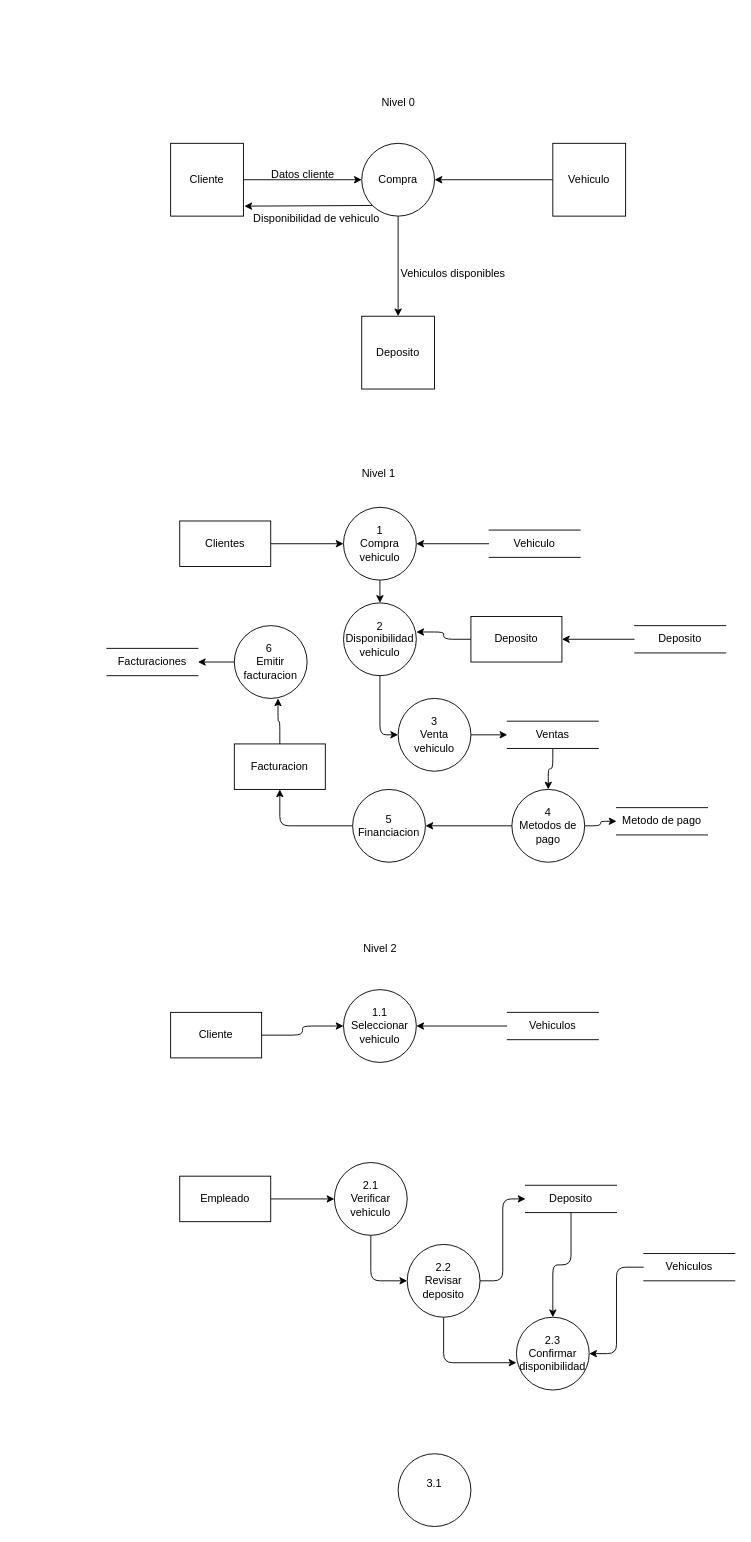
Before: DFD.drawio in FerLalle/PremiumQuality_AnalisisSistemas, a draw.io diagram. Source tidied: cells renumbered, new cells numbered last; positions are measured from the earlier drawing's top-left corner, leaving out a move shared by most shapes. Both pictures are drawn from the tidied source at 91%, with x=0, y=0 at pixel (106, 88).
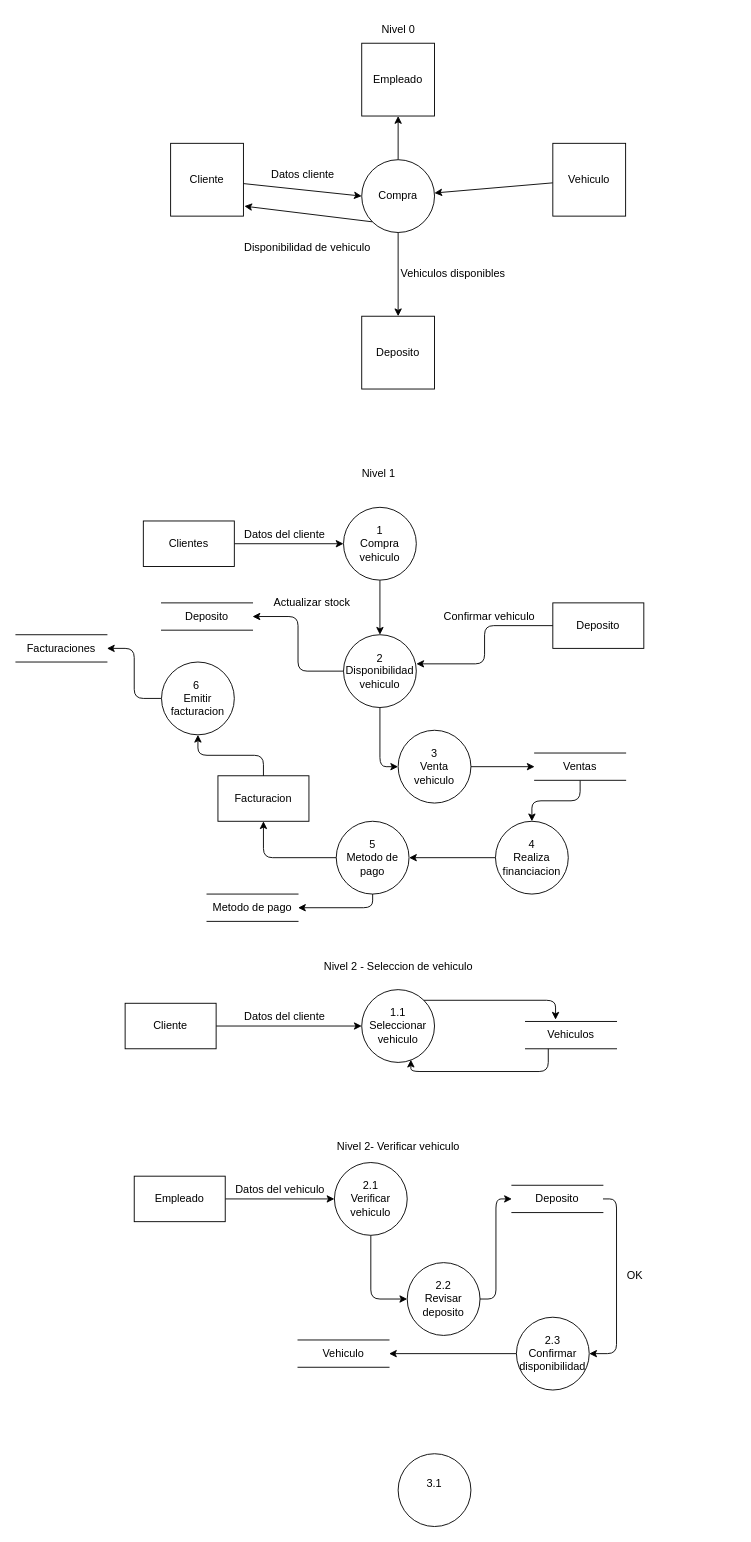
The same diagram, later.

The change refers to these unchanged cells:
```xml
<mxCell id="27" value="1&lt;div&gt;Compra vehiculo&lt;/div&gt;" style="ellipse;whiteSpace=wrap;html=1;" parent="1" vertex="1">
  <mxGeometry x="260" y="460" width="80" height="80" as="geometry" />
</mxCell>
<mxCell id="52" value="2.3&lt;div&gt;Confirmar disponibilidad&lt;/div&gt;" style="ellipse;whiteSpace=wrap;html=1;" parent="1" vertex="1">
  <mxGeometry x="450" y="1350" width="80" height="80" as="geometry" />
</mxCell>
```

The edit, as a diff of the source:
```diff
@@
+    <mxCell id="61" style="edgeStyle=none;html=1;entryX=0.5;entryY=1;entryDx=0;entryDy=0;" parent="1" edge="1" source="3" target="67">
+      <mxGeometry relative="1" as="geometry" />
+    </mxCell>
     <mxCell id="3" value="Compra" style="ellipse;whiteSpace=wrap;html=1;" parent="1" vertex="1">
-      <mxGeometry x="280" y="60" width="80" height="80" as="geometry" />
+      <mxGeometry x="280" y="78" width="80" height="80" as="geometry" />
     </mxCell>
@@
     <mxCell id="11" value="Disponibilidad de vehiculo" style="text;html=1;align=center;verticalAlign=middle;strokeColor=none;fillColor=none;" parent="1" vertex="1">
-      <mxGeometry x="150" y="128" width="160" height="30" as="geometry" />
+      <mxGeometry x="140" y="160" width="160" height="30" as="geometry" />
     </mxCell>
@@
     <mxCell id="13" value="Nivel 0" style="text;html=1;align=center;verticalAlign=middle;strokeColor=none;fillColor=none;" parent="1" vertex="1">
-      <mxGeometry x="290" width="60" height="30" as="geometry" />
+      <mxGeometry x="290" y="-80" width="60" height="30" as="geometry" />
     </mxCell>
@@
     <mxCell id="16" value="6&amp;nbsp;&lt;div&gt;Emitir facturacion&lt;/div&gt;" style="ellipse;whiteSpace=wrap;html=1;" parent="1" vertex="1">
-      <mxGeometry x="140" y="590" width="80" height="80" as="geometry" />
+      <mxGeometry x="60" y="630" width="80" height="80" as="geometry" />
     </mxCell>
@@
+    <mxCell id="62" style="edgeStyle=orthogonalEdgeStyle;html=1;entryX=1;entryY=0.5;entryDx=0;entryDy=0;" parent="1" edge="1" source="18" target="36">
+      <mxGeometry relative="1" as="geometry">
+        <Array as="points">
+          <mxPoint x="292" y="900" />
+        </Array>
+      </mxGeometry>
+    </mxCell>
-    <mxCell id="18" value="5&lt;div&gt;Financiacion&lt;/div&gt;" style="ellipse;whiteSpace=wrap;html=1;" parent="1" vertex="1">
-      <mxGeometry x="270" y="770" width="80" height="80" as="geometry" />
+    <mxCell id="18" value="5&lt;div&gt;&lt;font color=&quot;#000000&quot;&gt;Metodo de pago&lt;/font&gt;&lt;/div&gt;" style="ellipse;whiteSpace=wrap;html=1;" parent="1" vertex="1">
+      <mxGeometry x="252" y="805" width="80" height="80" as="geometry" />
     </mxCell>
@@
-    <mxCell id="20" style="edgeStyle=orthogonalEdgeStyle;html=1;entryX=0;entryY=0.5;entryDx=0;entryDy=0;" parent="1" edge="1" source="21" target="36">
-      <mxGeometry relative="1" as="geometry" />
-    </mxCell>
-    <mxCell id="21" value="4&lt;div&gt;Metodos de pago&lt;/div&gt;" style="ellipse;whiteSpace=wrap;html=1;" parent="1" vertex="1">
-      <mxGeometry x="445" y="770" width="80" height="80" as="geometry" />
+    <mxCell id="21" value="4&lt;div&gt;Realiza financiacion&lt;/div&gt;" style="ellipse;whiteSpace=wrap;html=1;" parent="1" vertex="1">
+      <mxGeometry x="427" y="805" width="80" height="80" as="geometry" />
     </mxCell>
@@
     <mxCell id="23" value="3&lt;div&gt;Venta vehiculo&lt;/div&gt;" style="ellipse;whiteSpace=wrap;html=1;" parent="1" vertex="1">
-      <mxGeometry x="320" y="670" width="80" height="80" as="geometry" />
+      <mxGeometry x="320" y="705" width="80" height="80" as="geometry" />
     </mxCell>
+    <mxCell id="63" style="edgeStyle=orthogonalEdgeStyle;html=1;entryX=1;entryY=0.5;entryDx=0;entryDy=0;" parent="1" edge="1" source="25" target="33">
+      <mxGeometry relative="1" as="geometry" />
+    </mxCell>
-    <mxCell id="24" style="edgeStyle=orthogonalEdgeStyle;html=1;" parent="1" edge="1" source="25" target="23">
-      <mxGeometry relative="1" as="geometry">
-        <Array as="points">
-          <mxPoint x="300" y="710" />
-          <mxPoint x="390" y="710" />
-        </Array>
-      </mxGeometry>
+    <mxCell id="24" style="edgeStyle=orthogonalEdgeStyle;html=1;entryX=0;entryY=0.5;entryDx=0;entryDy=0;" parent="1" edge="1" source="25" target="23">
+      <mxGeometry relative="1" as="geometry" />
     </mxCell>
     <mxCell id="25" value="2&lt;div&gt;Disponibilidad vehiculo&lt;/div&gt;" style="ellipse;whiteSpace=wrap;html=1;" parent="1" vertex="1">
-      <mxGeometry x="260" y="565" width="80" height="80" as="geometry" />
+      <mxGeometry x="260" y="600" width="80" height="80" as="geometry" />
     </mxCell>
@@
-    <mxCell id="28" style="edgeStyle=none;html=1;entryX=1;entryY=0.5;entryDx=0;entryDy=0;" parent="1" edge="1" source="29" target="27">
-      <mxGeometry relative="1" as="geometry" />
-    </mxCell>
-    <mxCell id="29" value="Vehiculo" style="html=1;dashed=0;whiteSpace=wrap;shape=partialRectangle;right=0;left=0;" parent="1" vertex="1">
-      <mxGeometry x="420" y="485" width="100" height="30" as="geometry" />
-    </mxCell>
     <mxCell id="30" value="Deposito" style="html=1;dashed=0;whiteSpace=wrap;" parent="1" vertex="1">
-      <mxGeometry x="400" y="580" width="100" height="50" as="geometry" />
+      <mxGeometry x="490" y="565" width="100" height="50" as="geometry" />
     </mxCell>
@@
-    <mxCell id="32" style="edgeStyle=none;html=1;entryX=1;entryY=0.5;entryDx=0;entryDy=0;" parent="1" edge="1" source="33" target="30">
-      <mxGeometry relative="1" as="geometry" />
-    </mxCell>
-    <mxCell id="33" value="Deposito" style="html=1;dashed=0;whiteSpace=wrap;shape=partialRectangle;right=0;left=0;" parent="1" vertex="1">
-      <mxGeometry x="580" y="590" width="100" height="30" as="geometry" />
-    </mxCell>
@@
     <mxCell id="35" value="Ventas" style="html=1;dashed=0;whiteSpace=wrap;shape=partialRectangle;right=0;left=0;" parent="1" vertex="1">
-      <mxGeometry x="440" y="695" width="100" height="30" as="geometry" />
+      <mxGeometry x="470" y="730" width="100" height="30" as="geometry" />
     </mxCell>
     <mxCell id="36" value="Metodo de pago" style="html=1;dashed=0;whiteSpace=wrap;shape=partialRectangle;right=0;left=0;" parent="1" vertex="1">
-      <mxGeometry x="560" y="790" width="100" height="30" as="geometry" />
+      <mxGeometry x="110" y="885" width="100" height="30" as="geometry" />
     </mxCell>
     <mxCell id="37" value="Facturacion" style="html=1;dashed=0;whiteSpace=wrap;" parent="1" vertex="1">
-      <mxGeometry x="140" y="720" width="100" height="50" as="geometry" />
+      <mxGeometry x="122" y="755" width="100" height="50" as="geometry" />
     </mxCell>
-    <mxCell id="38" style="edgeStyle=orthogonalEdgeStyle;html=1;entryX=0.6;entryY=1;entryDx=0;entryDy=0;entryPerimeter=0;" parent="1" edge="1" source="37" target="16">
+    <mxCell id="38" style="edgeStyle=orthogonalEdgeStyle;html=1;entryX=0.5;entryY=1;entryDx=0;entryDy=0;" parent="1" edge="1" source="37" target="16">
       <mxGeometry relative="1" as="geometry" />
     </mxCell>
     <mxCell id="39" value="Facturaciones" style="html=1;dashed=0;whiteSpace=wrap;shape=partialRectangle;right=0;left=0;" parent="1" vertex="1">
-      <mxGeometry y="615" width="100" height="30" as="geometry" />
+      <mxGeometry x="-100" y="600" width="100" height="30" as="geometry" />
     </mxCell>
@@
     <mxCell id="41" value="Clientes" style="html=1;dashed=0;whiteSpace=wrap;" parent="1" vertex="1">
-      <mxGeometry x="80" y="475" width="100" height="50" as="geometry" />
+      <mxGeometry x="40" y="475" width="100" height="50" as="geometry" />
     </mxCell>
-    <mxCell id="42" value="Nivel 2" style="text;html=1;align=center;verticalAlign=middle;strokeColor=none;fillColor=none;" parent="1" vertex="1">
-      <mxGeometry x="270" y="930" width="60" height="30" as="geometry" />
+    <mxCell id="42" value="Nivel 2 - Seleccion de vehiculo" style="text;html=1;align=center;verticalAlign=middle;strokeColor=none;fillColor=none;" parent="1" vertex="1">
+      <mxGeometry x="225" y="950" width="190" height="30" as="geometry" />
     </mxCell>
@@
     <mxCell id="44" value="Cliente" style="html=1;dashed=0;whiteSpace=wrap;" parent="1" vertex="1">
-      <mxGeometry x="70" y="1015" width="100" height="50" as="geometry" />
+      <mxGeometry x="20" y="1005" width="100" height="50" as="geometry" />
     </mxCell>
     <mxCell id="45" value="1.1&lt;div&gt;Seleccionar vehiculo&lt;/div&gt;" style="ellipse;whiteSpace=wrap;html=1;" parent="1" vertex="1">
-      <mxGeometry x="260" y="990" width="80" height="80" as="geometry" />
+      <mxGeometry x="280" y="990" width="80" height="80" as="geometry" />
     </mxCell>
-    <mxCell id="46" style="edgeStyle=orthogonalEdgeStyle;html=1;entryX=1;entryY=0.5;entryDx=0;entryDy=0;" parent="1" edge="1" source="47" target="45">
-      <mxGeometry relative="1" as="geometry" />
-    </mxCell>
-    <mxCell id="47" value="Vehiculos" style="html=1;dashed=0;whiteSpace=wrap;shape=partialRectangle;right=0;left=0;" parent="1" vertex="1">
-      <mxGeometry x="440" y="1015" width="100" height="30" as="geometry" />
-    </mxCell>
@@
     <mxCell id="49" value="Empleado" style="html=1;dashed=0;whiteSpace=wrap;" parent="1" vertex="1">
-      <mxGeometry x="80" y="1195" width="100" height="50" as="geometry" />
+      <mxGeometry x="30" y="1195" width="100" height="50" as="geometry" />
     </mxCell>
@@
+    <mxCell id="64" style="edgeStyle=orthogonalEdgeStyle;html=1;entryX=1;entryY=0.5;entryDx=0;entryDy=0;" parent="1" edge="1" source="52" target="29">
+      <mxGeometry relative="1" as="geometry" />
+    </mxCell>
@@
     <mxCell id="54" value="2.2&lt;div&gt;Revisar deposito&lt;/div&gt;" style="ellipse;whiteSpace=wrap;html=1;" parent="1" vertex="1">
-      <mxGeometry x="330" y="1270" width="80" height="80" as="geometry" />
+      <mxGeometry x="330" y="1290" width="80" height="80" as="geometry" />
     </mxCell>
-    <mxCell id="55" style="edgeStyle=orthogonalEdgeStyle;html=1;entryX=1;entryY=0.5;entryDx=0;entryDy=0;" parent="1" edge="1" source="56" target="52">
-      <mxGeometry relative="1" as="geometry" />
-    </mxCell>
-    <mxCell id="56" value="Vehiculos" style="html=1;dashed=0;whiteSpace=wrap;shape=partialRectangle;right=0;left=0;" parent="1" vertex="1">
-      <mxGeometry x="590" y="1280" width="100" height="30" as="geometry" />
-    </mxCell>
-    <mxCell id="57" style="edgeStyle=orthogonalEdgeStyle;html=1;entryX=0.5;entryY=0;entryDx=0;entryDy=0;" parent="1" edge="1" source="58" target="52">
-      <mxGeometry relative="1" as="geometry" />
+    <mxCell id="57" style="edgeStyle=orthogonalEdgeStyle;html=1;entryX=1;entryY=0.5;entryDx=0;entryDy=0;" parent="1" edge="1" source="58" target="52">
+      <mxGeometry relative="1" as="geometry">
+        <Array as="points">
+          <mxPoint x="560" y="1220" />
+          <mxPoint x="560" y="1390" />
+        </Array>
+      </mxGeometry>
     </mxCell>
     <mxCell id="58" value="Deposito" style="html=1;dashed=0;whiteSpace=wrap;shape=partialRectangle;right=0;left=0;" parent="1" vertex="1">
-      <mxGeometry x="460" y="1205" width="100" height="30" as="geometry" />
+      <mxGeometry x="445" y="1205" width="100" height="30" as="geometry" />
     </mxCell>
-    <mxCell id="59" style="edgeStyle=orthogonalEdgeStyle;html=1;entryX=0;entryY=0.625;entryDx=0;entryDy=0;entryPerimeter=0;" parent="1" edge="1" source="54" target="52">
-      <mxGeometry relative="1" as="geometry">
-        <Array as="points">
-          <mxPoint x="370" y="1400" />
-        </Array>
-      </mxGeometry>
-    </mxCell>
@@
+    <mxCell id="65" value="Datos del cliente" style="text;html=1;align=center;verticalAlign=middle;strokeColor=none;fillColor=none;" parent="1" vertex="1">
+      <mxGeometry x="140" y="475" width="110" height="30" as="geometry" />
+    </mxCell>
+    <mxCell id="66" value="Confirmar vehiculo" style="text;html=1;align=center;verticalAlign=middle;strokeColor=none;fillColor=none;" parent="1" vertex="1">
+      <mxGeometry x="360" y="565" width="120" height="30" as="geometry" />
+    </mxCell>
+    <mxCell id="67" value="Empleado" style="whiteSpace=wrap;html=1;" parent="1" vertex="1">
+      <mxGeometry x="280" y="-50" width="80" height="80" as="geometry" />
+    </mxCell>
+    <mxCell id="33" value="Deposito" style="html=1;dashed=0;whiteSpace=wrap;shape=partialRectangle;right=0;left=0;" parent="1" vertex="1">
+      <mxGeometry x="60" y="565" width="100" height="30" as="geometry" />
+    </mxCell>
+    <mxCell id="68" value="Actualizar stock" style="text;html=1;align=center;verticalAlign=middle;strokeColor=none;fillColor=none;" parent="1" vertex="1">
+      <mxGeometry x="170" y="550" width="110" height="30" as="geometry" />
+    </mxCell>
+    <mxCell id="69" value="Datos del cliente" style="text;html=1;align=center;verticalAlign=middle;strokeColor=none;fillColor=none;" parent="1" vertex="1">
+      <mxGeometry x="140" y="1005" width="110" height="30" as="geometry" />
+    </mxCell>
+    <mxCell id="70" value="Vehiculos" style="html=1;dashed=0;whiteSpace=wrap;shape=partialRectangle;right=0;left=0;" parent="1" vertex="1">
+      <mxGeometry x="460" y="1025" width="100" height="30" as="geometry" />
+    </mxCell>
+    <mxCell id="71" style="edgeStyle=orthogonalEdgeStyle;html=1;exitX=0.25;exitY=1;exitDx=0;exitDy=0;entryX=0.675;entryY=0.963;entryDx=0;entryDy=0;entryPerimeter=0;" parent="1" edge="1" source="70" target="45">
+      <mxGeometry relative="1" as="geometry">
+        <Array as="points">
+          <mxPoint x="485" y="1080" />
+          <mxPoint x="334" y="1080" />
+        </Array>
+      </mxGeometry>
+    </mxCell>
+    <mxCell id="72" style="edgeStyle=orthogonalEdgeStyle;html=1;exitX=1;exitY=0;exitDx=0;exitDy=0;entryX=0.33;entryY=-0.067;entryDx=0;entryDy=0;entryPerimeter=0;" parent="1" edge="1" source="45" target="70">
+      <mxGeometry relative="1" as="geometry">
+        <Array as="points">
+          <mxPoint x="493" y="1002" />
+        </Array>
+      </mxGeometry>
+    </mxCell>
+    <mxCell id="73" value="Nivel 2- Verificar vehiculo" style="text;html=1;align=center;verticalAlign=middle;strokeColor=none;fillColor=none;" parent="1" vertex="1">
+      <mxGeometry x="240" y="1148" width="160" height="30" as="geometry" />
+    </mxCell>
+    <mxCell id="74" value="Datos del vehiculo" style="text;html=1;align=center;verticalAlign=middle;strokeColor=none;fillColor=none;" parent="1" vertex="1">
+      <mxGeometry x="130" y="1195" width="120" height="30" as="geometry" />
+    </mxCell>
+    <mxCell id="75" value="OK" style="text;html=1;align=center;verticalAlign=middle;strokeColor=none;fillColor=none;" parent="1" vertex="1">
+      <mxGeometry x="560" y="1290" width="40" height="30" as="geometry" />
+    </mxCell>
+    <mxCell id="29" value="Vehiculo" style="html=1;dashed=0;whiteSpace=wrap;shape=partialRectangle;right=0;left=0;" parent="1" vertex="1">
+      <mxGeometry x="210" y="1375" width="100" height="30" as="geometry" />
+    </mxCell>
```
